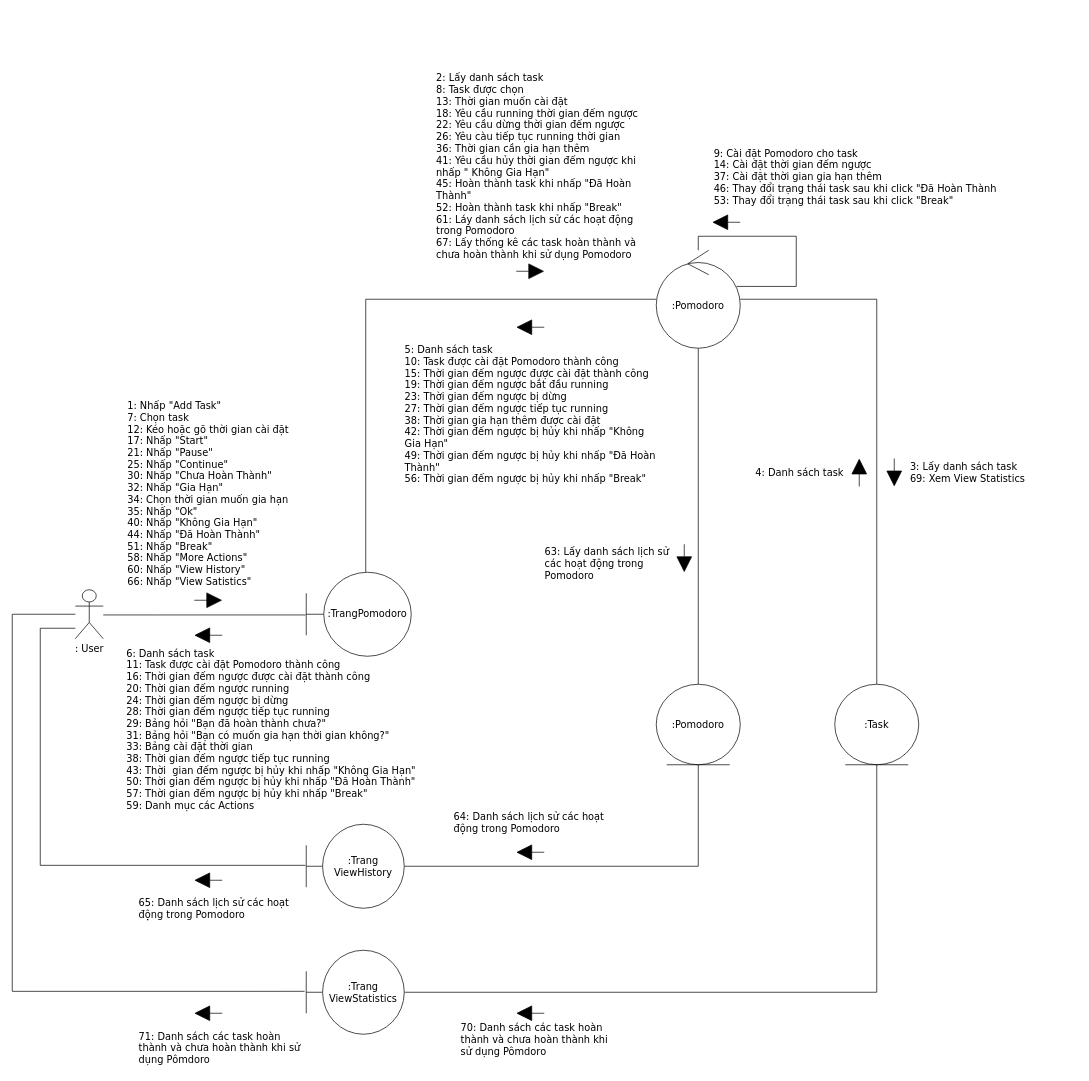
Above: ToDoApp-Doc/Document/Diagram/Collaboration Diagram/Pomodoro/Pomodoro_CollaborationDiagram.drawio in Merevoli-DatLuu/To-Do-App (draw.io), before the change. Source tidied: cells renumbered, new cells numbered last; positions are measured from the earlier drawing's top-left corner, leaving out a move shared by most shapes. Both pictures are drawn from the tidied source at 70%, with x=0, y=0 at pixel (12, 19).
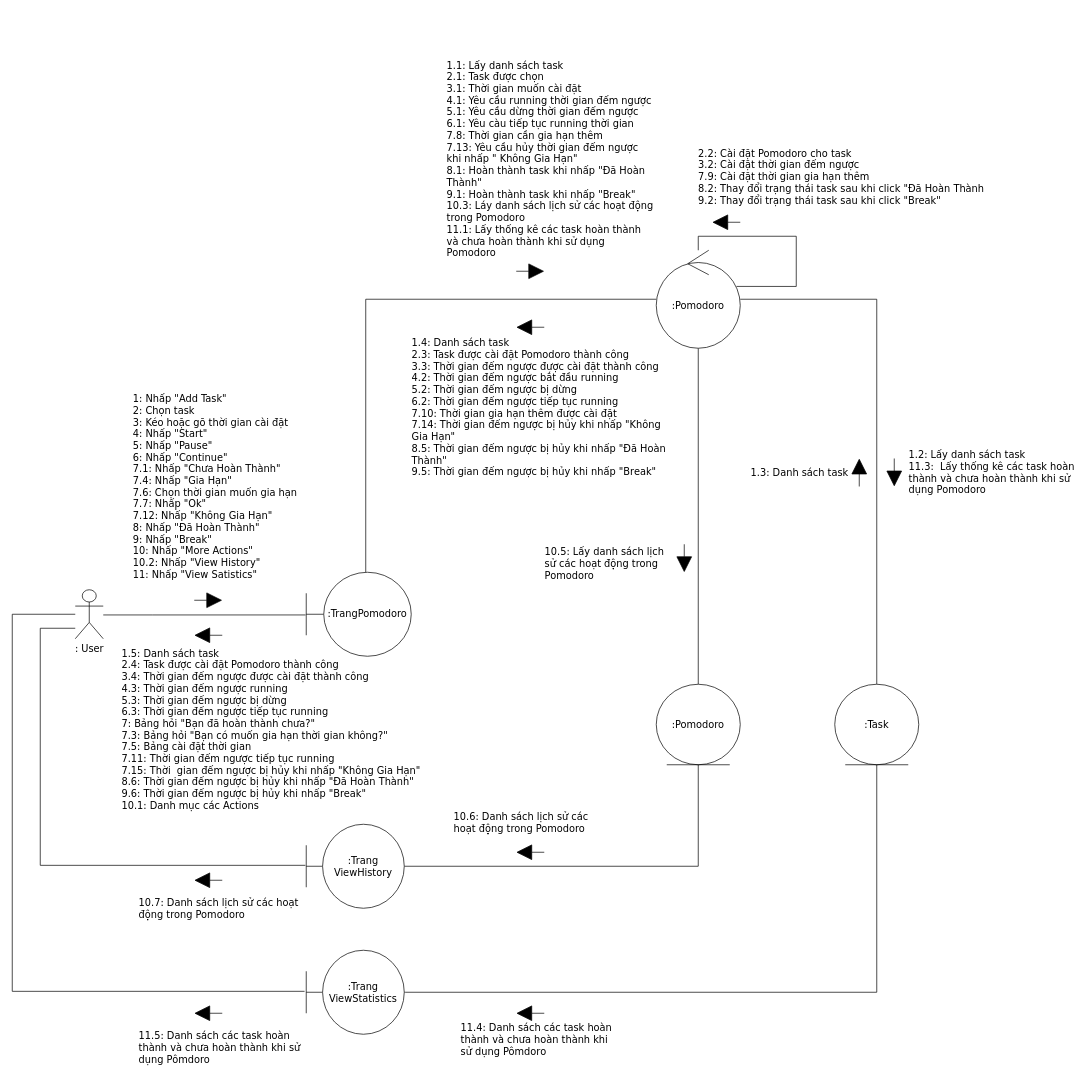
The same diagram, later.

What changed in the source:
```diff
@@
-    <mxCell id="23" value="&lt;div style=&quot;text-align: left ; font-size: 14px&quot;&gt;65: Danh sách lịch sử các hoạt động trong Pomodoro&lt;/div&gt;" style="text;html=1;strokeColor=none;fillColor=none;align=center;verticalAlign=middle;whiteSpace=wrap;rounded=0;fontFamily=Verdana;fontSize=14;" parent="1" vertex="1">
+    <mxCell id="23" value="&lt;div style=&quot;text-align: left ; font-size: 14px&quot;&gt;10.7: Danh sách lịch sử các hoạt động trong Pomodoro&lt;/div&gt;" style="text;html=1;strokeColor=none;fillColor=none;align=center;verticalAlign=middle;whiteSpace=wrap;rounded=0;fontFamily=Verdana;fontSize=14;" parent="1" vertex="1">
       <mxGeometry x="180" y="1240" width="240" height="60" as="geometry" />
     </mxCell>
-    <mxCell id="24" value="&lt;div style=&quot;text-align: left ; font-size: 14px&quot;&gt;71: Danh sách các task hoàn thành và chưa hoàn thành khi sử dụng Pômdoro&lt;/div&gt;" style="text;html=1;strokeColor=none;fillColor=none;align=center;verticalAlign=middle;whiteSpace=wrap;rounded=0;fontFamily=Verdana;fontSize=14;" parent="1" vertex="1">
+    <mxCell id="24" value="&lt;div style=&quot;text-align: left ; font-size: 14px&quot;&gt;11.5: Danh sách các task hoàn thành và chưa hoàn thành khi sử dụng Pômdoro&lt;/div&gt;" style="text;html=1;strokeColor=none;fillColor=none;align=center;verticalAlign=middle;whiteSpace=wrap;rounded=0;fontFamily=Verdana;fontSize=14;" parent="1" vertex="1">
       <mxGeometry x="180" y="1440" width="240" height="60" as="geometry" />
     </mxCell>
@@
-    <mxCell id="30" value="&lt;div style=&quot;text-align: left ; font-size: 14px&quot;&gt;63: Lấy danh sách lịch sử các hoạt động trong Pomodoro&lt;/div&gt;" style="text;html=1;strokeColor=none;fillColor=none;align=center;verticalAlign=middle;whiteSpace=wrap;rounded=0;fontFamily=Verdana;fontSize=14;" parent="1" vertex="1">
+    <mxCell id="30" value="&lt;div style=&quot;text-align: left ; font-size: 14px&quot;&gt;10.5: Lấy danh sách lịch sử các hoạt động trong Pomodoro&lt;/div&gt;" style="text;html=1;strokeColor=none;fillColor=none;align=center;verticalAlign=middle;whiteSpace=wrap;rounded=0;fontFamily=Verdana;fontSize=14;" parent="1" vertex="1">
       <mxGeometry x="760" y="750" width="190" height="55" as="geometry" />
     </mxCell>
-    <mxCell id="31" value="&lt;div style=&quot;text-align: left ; font-size: 14px&quot;&gt;70: Danh sách các task hoàn thành và chưa hoàn thành khi sử dụng Pômdoro&lt;br&gt;&lt;/div&gt;" style="text;html=1;strokeColor=none;fillColor=none;align=center;verticalAlign=middle;whiteSpace=wrap;rounded=0;fontFamily=Verdana;fontSize=14;" parent="1" vertex="1">
+    <mxCell id="31" value="&lt;div style=&quot;text-align: left ; font-size: 14px&quot;&gt;11.4: Danh sách các task hoàn thành và chưa hoàn thành khi sử dụng Pômdoro&lt;br&gt;&lt;/div&gt;" style="text;html=1;strokeColor=none;fillColor=none;align=center;verticalAlign=middle;whiteSpace=wrap;rounded=0;fontFamily=Verdana;fontSize=14;" parent="1" vertex="1">
       <mxGeometry x="640" y="1430" width="230" height="55" as="geometry" />
     </mxCell>
-    <mxCell id="32" value="&lt;div style=&quot;text-align: left ; font-size: 14px&quot;&gt;64: Danh sách lịch sử các hoạt động trong Pomodoro&lt;/div&gt;" style="text;html=1;strokeColor=none;fillColor=none;align=center;verticalAlign=middle;whiteSpace=wrap;rounded=0;fontFamily=Verdana;fontSize=14;" parent="1" vertex="1">
+    <mxCell id="32" value="&lt;div style=&quot;text-align: left ; font-size: 14px&quot;&gt;10.6: Danh sách lịch sử các hoạt động trong Pomodoro&lt;/div&gt;" style="text;html=1;strokeColor=none;fillColor=none;align=center;verticalAlign=middle;whiteSpace=wrap;rounded=0;fontFamily=Verdana;fontSize=14;" parent="1" vertex="1">
       <mxGeometry x="630" y="1120" width="230" height="55" as="geometry" />
     </mxCell>
@@
-    <mxCell id="34" value="&lt;div style=&quot;text-align: left ; font-size: 14px&quot;&gt;4: Danh sách task&lt;/div&gt;" style="text;html=1;strokeColor=none;fillColor=none;align=center;verticalAlign=middle;whiteSpace=wrap;rounded=0;fontFamily=Verdana;fontSize=14;" parent="1" vertex="1">
+    <mxCell id="34" value="&lt;div style=&quot;text-align: left ; font-size: 14px&quot;&gt;1.3: Danh sách task&lt;/div&gt;" style="text;html=1;strokeColor=none;fillColor=none;align=center;verticalAlign=middle;whiteSpace=wrap;rounded=0;fontFamily=Verdana;fontSize=14;" parent="1" vertex="1">
       <mxGeometry x="1040" y="620" width="170" height="55" as="geometry" />
     </mxCell>
@@
-    <mxCell id="36" value="&lt;div style=&quot;text-align: left ; font-size: 14px&quot;&gt;3: Lấy danh sách task&lt;/div&gt;&lt;div style=&quot;text-align: left ; font-size: 14px&quot;&gt;69: Xem View Statistics&lt;/div&gt;" style="text;html=1;strokeColor=none;fillColor=none;align=center;verticalAlign=middle;whiteSpace=wrap;rounded=0;fontFamily=Verdana;fontSize=14;" parent="1" vertex="1">
-      <mxGeometry x="1280" y="620" width="170" height="55" as="geometry" />
+    <mxCell id="36" value="&lt;div style=&quot;text-align: left ; font-size: 14px&quot;&gt;1.2: Lấy danh sách task&lt;/div&gt;&lt;div style=&quot;text-align: left ; font-size: 14px&quot;&gt;11.3:&amp;nbsp; Lấy thống kê các task hoàn thành và chưa hoàn thành khi sử dụng Pomodoro&lt;/div&gt;" style="text;html=1;strokeColor=none;fillColor=none;align=center;verticalAlign=middle;whiteSpace=wrap;rounded=0;fontFamily=Verdana;fontSize=14;" parent="1" vertex="1">
+      <mxGeometry x="1280" y="620" width="240" height="55" as="geometry" />
     </mxCell>
-    <mxCell id="37" value="&lt;div style=&quot;text-align: left ; font-size: 14px&quot;&gt;&lt;div&gt;1: Nhấp &quot;Add Task&quot;&lt;/div&gt;&lt;div&gt;7: Chọn task&lt;/div&gt;&lt;div&gt;12: Kéo hoặc gõ thời gian cài đặt&lt;/div&gt;&lt;div&gt;17: Nhấp&amp;nbsp;&quot;Start&quot;&lt;/div&gt;&lt;div&gt;&lt;span&gt;21: Nhấp&amp;nbsp;&quot;Pause&quot;&lt;/span&gt;&lt;br&gt;&lt;/div&gt;&lt;div&gt;25: Nhấp&amp;nbsp;&quot;Continue&quot;&lt;/div&gt;&lt;div&gt;&lt;span&gt;30: Nhấp&amp;nbsp;&quot;Chưa Hoàn Thành&quot;&lt;/span&gt;&lt;br&gt;&lt;/div&gt;&lt;div&gt;32: Nhấp&amp;nbsp;&quot;Gia Hạn&quot;&lt;/div&gt;&lt;div&gt;&lt;span&gt;34: Chọn thời gian muốn gia hạn&lt;/span&gt;&lt;br&gt;&lt;/div&gt;&lt;div&gt;35: Nhấp&amp;nbsp;&quot;Ok&quot;&lt;br&gt;&lt;/div&gt;&lt;div&gt;40: Nhấp&amp;nbsp;&quot;Không Gia Hạn&quot;&lt;br&gt;&lt;/div&gt;&lt;div&gt;&lt;span&gt;44: Nhấp&amp;nbsp;&quot;Đã Hoàn Thành&quot;&lt;/span&gt;&lt;br&gt;&lt;/div&gt;&lt;div&gt;&lt;span&gt;51: Nhấp &quot;Break&quot;&lt;/span&gt;&lt;/div&gt;&lt;div&gt;58: Nhấp&amp;nbsp;&quot;More Actions&quot;&lt;/div&gt;&lt;div&gt;60: Nhấp&amp;nbsp;&quot;View History&quot;&lt;/div&gt;&lt;div&gt;66: Nhấp&amp;nbsp;&quot;View Satistics&quot;&lt;/div&gt;&lt;/div&gt;" style="text;html=1;strokeColor=none;fillColor=none;align=center;verticalAlign=middle;whiteSpace=wrap;rounded=0;fontFamily=Verdana;fontSize=14;" parent="1" vertex="1">
-      <mxGeometry x="110" y="530" width="340" height="295" as="geometry" />
-    </mxCell>
-    <mxCell id="38" value="&lt;div style=&quot;text-align: left ; font-size: 14px&quot;&gt;6: Danh sách task&lt;/div&gt;&lt;div style=&quot;text-align: left ; font-size: 14px&quot;&gt;11: Task được cài đặt Pomodoro thành công&lt;/div&gt;&lt;div style=&quot;text-align: left ; font-size: 14px&quot;&gt;16: Thời gian đếm ngược được cài đặt thành công&lt;/div&gt;&lt;div style=&quot;text-align: left ; font-size: 14px&quot;&gt;20: Thời gian đếm ngược running&lt;/div&gt;&lt;div style=&quot;text-align: left ; font-size: 14px&quot;&gt;24: Thời gian đếm ngược bị dừng&lt;/div&gt;&lt;div style=&quot;text-align: left ; font-size: 14px&quot;&gt;28: Thời gian đếm ngược tiếp tục running&lt;/div&gt;&lt;div style=&quot;text-align: left ; font-size: 14px&quot;&gt;29: Bảng hỏi &quot;Bạn đã hoàn thành chưa?&quot;&lt;/div&gt;&lt;div style=&quot;text-align: left ; font-size: 14px&quot;&gt;31: Bảng hỏi &quot;Bạn có muốn gia hạn thời gian không?&quot;&lt;/div&gt;&lt;div style=&quot;text-align: left ; font-size: 14px&quot;&gt;33: Bảng cài đặt thời gian&lt;/div&gt;&lt;div style=&quot;text-align: left ; font-size: 14px&quot;&gt;38: Thời gian đếm ngược tiếp tục running&lt;/div&gt;&lt;div style=&quot;text-align: left ; font-size: 14px&quot;&gt;43: Thời&amp;nbsp; gian đếm ngược bị hủy khi nhấp &quot;Không Gia Hạn&quot;&lt;/div&gt;&lt;div style=&quot;text-align: left ; font-size: 14px&quot;&gt;50: Thời gian đếm ngược bị hủy khi nhấp &quot;Đã Hoàn Thành&quot;&lt;/div&gt;&lt;div style=&quot;text-align: left ; font-size: 14px&quot;&gt;57: Thời gian đếm ngược bị hủy khi nhấp &quot;Break&quot;&lt;/div&gt;&lt;div style=&quot;text-align: left ; font-size: 14px&quot;&gt;&lt;span&gt;59: Danh mục các Actions&lt;/span&gt;&lt;br&gt;&lt;/div&gt;&lt;div style=&quot;text-align: left ; font-size: 14px&quot;&gt;&lt;br style=&quot;font-size: 14px&quot;&gt;&lt;/div&gt;" style="text;html=1;strokeColor=none;fillColor=none;align=center;verticalAlign=middle;whiteSpace=wrap;rounded=0;fontFamily=Verdana;fontSize=14;" parent="1" vertex="1">
-      <mxGeometry x="150" y="860" width="440" height="325" as="geometry" />
-    </mxCell>
-    <mxCell id="39" value="&lt;div style=&quot;text-align: left ; font-size: 14px&quot;&gt;9: Cài đặt Pomodoro cho task&lt;/div&gt;&lt;div style=&quot;text-align: left ; font-size: 14px&quot;&gt;&lt;span&gt;14: Cài đặt thời gian đếm ngược&lt;/span&gt;&lt;/div&gt;&lt;div style=&quot;text-align: left ; font-size: 14px&quot;&gt;&lt;span&gt;37: Cài đặt thời gian gia hạn thêm&lt;/span&gt;&lt;br&gt;&lt;/div&gt;&lt;div style=&quot;text-align: left ; font-size: 14px&quot;&gt;&lt;div&gt;&lt;span&gt;46: Thay đổi trạng thái task sau khi click &quot;Đã Hoàn Thành&lt;/span&gt;&lt;br&gt;&lt;/div&gt;&lt;div&gt;53: Thay đổi trạng thái task sau khi click &quot;Break&quot;&lt;span&gt;&lt;br&gt;&lt;/span&gt;&lt;/div&gt;&lt;/div&gt;" style="text;html=1;strokeColor=none;fillColor=none;align=center;verticalAlign=middle;whiteSpace=wrap;rounded=0;fontFamily=Verdana;fontSize=14;" parent="1" vertex="1">
-      <mxGeometry x="990" y="170" width="429" height="110" as="geometry" />
-    </mxCell>
-    <mxCell id="40" value="&lt;div style=&quot;text-align: left ; font-size: 14px&quot;&gt;2: Lấy danh sách task&lt;/div&gt;&lt;div style=&quot;text-align: left ; font-size: 14px&quot;&gt;8: Task được chọn&lt;/div&gt;&lt;div style=&quot;text-align: left ; font-size: 14px&quot;&gt;13: Thời gian muốn cài đặt&lt;/div&gt;&lt;div style=&quot;text-align: left ; font-size: 14px&quot;&gt;18: Yêu cầu running thời gian đếm ngược&lt;/div&gt;&lt;div style=&quot;text-align: left ; font-size: 14px&quot;&gt;22: Yêu cầu dừng thời gian đếm ngược&lt;/div&gt;&lt;div style=&quot;text-align: left ; font-size: 14px&quot;&gt;26: Yêu càu tiếp tục running thời gian&lt;/div&gt;&lt;div style=&quot;text-align: left ; font-size: 14px&quot;&gt;36: Thời gian cần gia hạn thêm&lt;/div&gt;&lt;div style=&quot;text-align: left ; font-size: 14px&quot;&gt;41: Yêu cầu hủy thời gian đếm ngược khi nhấp &quot; Không Gia Hạn&quot;&lt;/div&gt;&lt;div style=&quot;text-align: left ; font-size: 14px&quot;&gt;45: Hoàn thành task khi nhấp &quot;Đã Hoàn Thành&quot;&lt;/div&gt;&lt;div style=&quot;text-align: left ; font-size: 14px&quot;&gt;52: Hoàn thành task khi nhấp &quot;Break&quot;&lt;/div&gt;&lt;div style=&quot;text-align: left ; font-size: 14px&quot;&gt;61: Láy danh sách lịch sử các hoạt động trong Pomodoro&lt;/div&gt;&lt;div style=&quot;text-align: left ; font-size: 14px&quot;&gt;67: Lấy thống kê các task hoàn thành và chưa hoàn thành khi sử dụng Pomodoro&lt;/div&gt;" style="text;html=1;strokeColor=none;fillColor=none;align=center;verticalAlign=middle;whiteSpace=wrap;rounded=0;fontFamily=Verdana;fontSize=14;" parent="1" vertex="1">
-      <mxGeometry x="605" width="300" height="420" as="geometry" />
-    </mxCell>
-    <mxCell id="41" value="&lt;div style=&quot;text-align: left ; font-size: 14px&quot;&gt;5: Danh sách task&lt;/div&gt;&lt;div style=&quot;text-align: left ; font-size: 14px&quot;&gt;10: Task được cài đặt Pomodoro thành công&lt;/div&gt;&lt;div style=&quot;text-align: left ; font-size: 14px&quot;&gt;15: Thời gian đếm ngược được cài đặt thành công&lt;/div&gt;&lt;div style=&quot;text-align: left ; font-size: 14px&quot;&gt;19: Thời gian đếm ngược bắt đầu running&lt;/div&gt;&lt;div style=&quot;text-align: left ; font-size: 14px&quot;&gt;23: Thời gian đếm ngược bị dừng&lt;/div&gt;&lt;div style=&quot;text-align: left ; font-size: 14px&quot;&gt;27: Thời gian đếm ngược tiếp tục running&lt;/div&gt;&lt;div style=&quot;text-align: left ; font-size: 14px&quot;&gt;38: Thời gian gia hạn thêm được cài đặt&lt;/div&gt;&lt;div style=&quot;text-align: left ; font-size: 14px&quot;&gt;42: Thời gian đếm ngược bị hủy khi nhấp &quot;Không Gia Hạn&quot;&lt;/div&gt;&lt;div style=&quot;text-align: left ; font-size: 14px&quot;&gt;49: Thời gian đếm ngược bị hủy khi nhấp &quot;Đã Hoàn Thành&quot;&lt;/div&gt;&lt;div style=&quot;text-align: left ; font-size: 14px&quot;&gt;56: Thời gian đếm ngược bị hủy khi nhấp &quot;Break&quot;&lt;/div&gt;" style="text;html=1;strokeColor=none;fillColor=none;align=center;verticalAlign=middle;whiteSpace=wrap;rounded=0;fontFamily=Verdana;fontSize=14;" parent="1" vertex="1">
-      <mxGeometry x="560.2" y="460" width="369.5" height="210" as="geometry" />
-    </mxCell>
+    <mxCell id="42" value="&lt;div style=&quot;text-align: left ; font-size: 14px&quot;&gt;&lt;div&gt;1: Nhấp &quot;Add Task&quot;&lt;/div&gt;&lt;div&gt;2: Chọn task&lt;/div&gt;&lt;div&gt;3: Kéo hoặc gõ thời gian cài đặt&lt;/div&gt;&lt;div&gt;4: Nhấp&amp;nbsp;&quot;Start&quot;&lt;/div&gt;&lt;div&gt;&lt;span&gt;5: Nhấp&amp;nbsp;&quot;Pause&quot;&lt;/span&gt;&lt;br&gt;&lt;/div&gt;&lt;div&gt;6: Nhấp&amp;nbsp;&quot;Continue&quot;&lt;/div&gt;&lt;div&gt;&lt;span&gt;7.1: Nhấp&amp;nbsp;&quot;Chưa Hoàn Thành&quot;&lt;/span&gt;&lt;br&gt;&lt;/div&gt;&lt;div&gt;7.4: Nhấp&amp;nbsp;&quot;Gia Hạn&quot;&lt;/div&gt;&lt;div&gt;&lt;span&gt;7.6: Chọn thời gian muốn gia hạn&lt;/span&gt;&lt;br&gt;&lt;/div&gt;&lt;div&gt;7.7: Nhấp&amp;nbsp;&quot;Ok&quot;&lt;br&gt;&lt;/div&gt;&lt;div&gt;7.12: Nhấp&amp;nbsp;&quot;Không Gia Hạn&quot;&lt;br&gt;&lt;/div&gt;&lt;div&gt;&lt;span&gt;8: Nhấp&amp;nbsp;&quot;Đã Hoàn Thành&quot;&lt;/span&gt;&lt;br&gt;&lt;/div&gt;&lt;div&gt;&lt;span&gt;9: Nhấp &quot;Break&quot;&lt;/span&gt;&lt;/div&gt;&lt;div&gt;10: Nhấp&amp;nbsp;&quot;More Actions&quot;&lt;/div&gt;&lt;div&gt;10.2: Nhấp&amp;nbsp;&quot;View History&quot;&lt;/div&gt;&lt;div&gt;11: Nhấp&amp;nbsp;&quot;View Satistics&quot;&lt;/div&gt;&lt;/div&gt;" style="text;html=1;strokeColor=none;fillColor=none;align=center;verticalAlign=middle;whiteSpace=wrap;rounded=0;fontFamily=Verdana;fontSize=14;" parent="1" vertex="1">
+      <mxGeometry x="120" y="520" width="340" height="295" as="geometry" />
+    </mxCell>
+    <mxCell id="43" value="&lt;div style=&quot;text-align: left ; font-size: 14px&quot;&gt;1.5: Danh sách task&lt;/div&gt;&lt;div style=&quot;text-align: left ; font-size: 14px&quot;&gt;2.4: Task được cài đặt Pomodoro thành công&lt;/div&gt;&lt;div style=&quot;text-align: left ; font-size: 14px&quot;&gt;3.4: Thời gian đếm ngược được cài đặt thành công&lt;/div&gt;&lt;div style=&quot;text-align: left ; font-size: 14px&quot;&gt;4.3: Thời gian đếm ngược running&lt;/div&gt;&lt;div style=&quot;text-align: left ; font-size: 14px&quot;&gt;5.3: Thời gian đếm ngược bị dừng&lt;/div&gt;&lt;div style=&quot;text-align: left ; font-size: 14px&quot;&gt;6.3: Thời gian đếm ngược tiếp tục running&lt;/div&gt;&lt;div style=&quot;text-align: left ; font-size: 14px&quot;&gt;7: Bảng hỏi &quot;Bạn đã hoàn thành chưa?&quot;&lt;/div&gt;&lt;div style=&quot;text-align: left ; font-size: 14px&quot;&gt;7.3: Bảng hỏi &quot;Bạn có muốn gia hạn thời gian không?&quot;&lt;/div&gt;&lt;div style=&quot;text-align: left ; font-size: 14px&quot;&gt;7.5: Bảng cài đặt thời gian&lt;/div&gt;&lt;div style=&quot;text-align: left ; font-size: 14px&quot;&gt;7.11: Thời gian đếm ngược tiếp tục running&lt;/div&gt;&lt;div style=&quot;text-align: left ; font-size: 14px&quot;&gt;7.15: Thời&amp;nbsp; gian đếm ngược bị hủy khi nhấp &quot;Không Gia Hạn&quot;&lt;/div&gt;&lt;div style=&quot;text-align: left ; font-size: 14px&quot;&gt;8.6: Thời gian đếm ngược bị hủy khi nhấp &quot;Đã Hoàn Thành&quot;&lt;/div&gt;&lt;div style=&quot;text-align: left ; font-size: 14px&quot;&gt;9.6: Thời gian đếm ngược bị hủy khi nhấp &quot;Break&quot;&lt;/div&gt;&lt;div style=&quot;text-align: left ; font-size: 14px&quot;&gt;&lt;span&gt;10.1: Danh mục các Actions&lt;/span&gt;&lt;br&gt;&lt;/div&gt;&lt;div style=&quot;text-align: left ; font-size: 14px&quot;&gt;&lt;br style=&quot;font-size: 14px&quot;&gt;&lt;/div&gt;" style="text;html=1;strokeColor=none;fillColor=none;align=center;verticalAlign=middle;whiteSpace=wrap;rounded=0;fontFamily=Verdana;fontSize=14;" parent="1" vertex="1">
+      <mxGeometry x="150" y="860" width="440" height="325" as="geometry" />
+    </mxCell>
+    <mxCell id="44" value="&lt;div style=&quot;text-align: left ; font-size: 14px&quot;&gt;2.2: Cài đặt Pomodoro cho task&lt;/div&gt;&lt;div style=&quot;text-align: left ; font-size: 14px&quot;&gt;&lt;span&gt;3.2: Cài đặt thời gian đếm ngược&lt;/span&gt;&lt;/div&gt;&lt;div style=&quot;text-align: left ; font-size: 14px&quot;&gt;&lt;span&gt;7.9: Cài đặt thời gian gia hạn thêm&lt;/span&gt;&lt;br&gt;&lt;/div&gt;&lt;div style=&quot;text-align: left ; font-size: 14px&quot;&gt;&lt;div&gt;&lt;span&gt;8.2: Thay đổi trạng thái task sau khi click &quot;Đã Hoàn Thành&lt;/span&gt;&lt;br&gt;&lt;/div&gt;&lt;div&gt;9.2: Thay đổi trạng thái task sau khi click &quot;Break&quot;&lt;span&gt;&lt;br&gt;&lt;/span&gt;&lt;/div&gt;&lt;/div&gt;" style="text;html=1;strokeColor=none;fillColor=none;align=center;verticalAlign=middle;whiteSpace=wrap;rounded=0;fontFamily=Verdana;fontSize=14;" parent="1" vertex="1">
+      <mxGeometry x="970" y="170" width="429" height="110" as="geometry" />
+    </mxCell>
+    <mxCell id="45" value="&lt;div style=&quot;text-align: left ; font-size: 14px&quot;&gt;1.1: Lấy danh sách task&lt;/div&gt;&lt;div style=&quot;text-align: left ; font-size: 14px&quot;&gt;2.1: Task được chọn&lt;/div&gt;&lt;div style=&quot;text-align: left ; font-size: 14px&quot;&gt;3.1: Thời gian muốn cài đặt&lt;/div&gt;&lt;div style=&quot;text-align: left ; font-size: 14px&quot;&gt;4.1: Yêu cầu running thời gian đếm ngược&lt;/div&gt;&lt;div style=&quot;text-align: left ; font-size: 14px&quot;&gt;5.1: Yêu cầu dừng thời gian đếm ngược&lt;/div&gt;&lt;div style=&quot;text-align: left ; font-size: 14px&quot;&gt;6.1: Yêu càu tiếp tục running thời gian&lt;/div&gt;&lt;div style=&quot;text-align: left ; font-size: 14px&quot;&gt;7.8: Thời gian cần gia hạn thêm&lt;/div&gt;&lt;div style=&quot;text-align: left ; font-size: 14px&quot;&gt;7.13: Yêu cầu hủy thời gian đếm ngược khi nhấp &quot; Không Gia Hạn&quot;&lt;/div&gt;&lt;div style=&quot;text-align: left ; font-size: 14px&quot;&gt;8.1: Hoàn thành task khi nhấp &quot;Đã Hoàn Thành&quot;&lt;/div&gt;&lt;div style=&quot;text-align: left ; font-size: 14px&quot;&gt;9.1: Hoàn thành task khi nhấp &quot;Break&quot;&lt;/div&gt;&lt;div style=&quot;text-align: left ; font-size: 14px&quot;&gt;10.3: Láy danh sách lịch sử các hoạt động trong Pomodoro&lt;/div&gt;&lt;div style=&quot;text-align: left ; font-size: 14px&quot;&gt;11.1: Lấy thống kê các task hoàn thành và chưa hoàn thành khi sử dụng Pomodoro&lt;/div&gt;" style="text;html=1;strokeColor=none;fillColor=none;align=center;verticalAlign=middle;whiteSpace=wrap;rounded=0;fontFamily=Verdana;fontSize=14;" parent="1" vertex="1">
+      <mxGeometry x="620" y="-10" width="300" height="420" as="geometry" />
+    </mxCell>
+    <mxCell id="46" value="&lt;div style=&quot;text-align: left ; font-size: 14px&quot;&gt;1.4: Danh sách task&lt;/div&gt;&lt;div style=&quot;text-align: left ; font-size: 14px&quot;&gt;2.3: Task được cài đặt Pomodoro thành công&lt;/div&gt;&lt;div style=&quot;text-align: left ; font-size: 14px&quot;&gt;3.3: Thời gian đếm ngược được cài đặt thành công&lt;/div&gt;&lt;div style=&quot;text-align: left ; font-size: 14px&quot;&gt;4.2: Thời gian đếm ngược bắt đầu running&lt;/div&gt;&lt;div style=&quot;text-align: left ; font-size: 14px&quot;&gt;5.2: Thời gian đếm ngược bị dừng&lt;/div&gt;&lt;div style=&quot;text-align: left ; font-size: 14px&quot;&gt;6.2: Thời gian đếm ngược tiếp tục running&lt;/div&gt;&lt;div style=&quot;text-align: left ; font-size: 14px&quot;&gt;7.10: Thời gian gia hạn thêm được cài đặt&lt;/div&gt;&lt;div style=&quot;text-align: left ; font-size: 14px&quot;&gt;7.14: Thời gian đếm ngược bị hủy khi nhấp &quot;Không Gia Hạn&quot;&lt;/div&gt;&lt;div style=&quot;text-align: left ; font-size: 14px&quot;&gt;8.5: Thời gian đếm ngược bị hủy khi nhấp &quot;Đã Hoàn Thành&quot;&lt;/div&gt;&lt;div style=&quot;text-align: left ; font-size: 14px&quot;&gt;9.5: Thời gian đếm ngược bị hủy khi nhấp &quot;Break&quot;&lt;/div&gt;" style="text;html=1;strokeColor=none;fillColor=none;align=center;verticalAlign=middle;whiteSpace=wrap;rounded=0;fontFamily=Verdana;fontSize=14;" parent="1" vertex="1">
+      <mxGeometry x="570.2" y="450" width="369.5" height="210" as="geometry" />
+    </mxCell>
```
